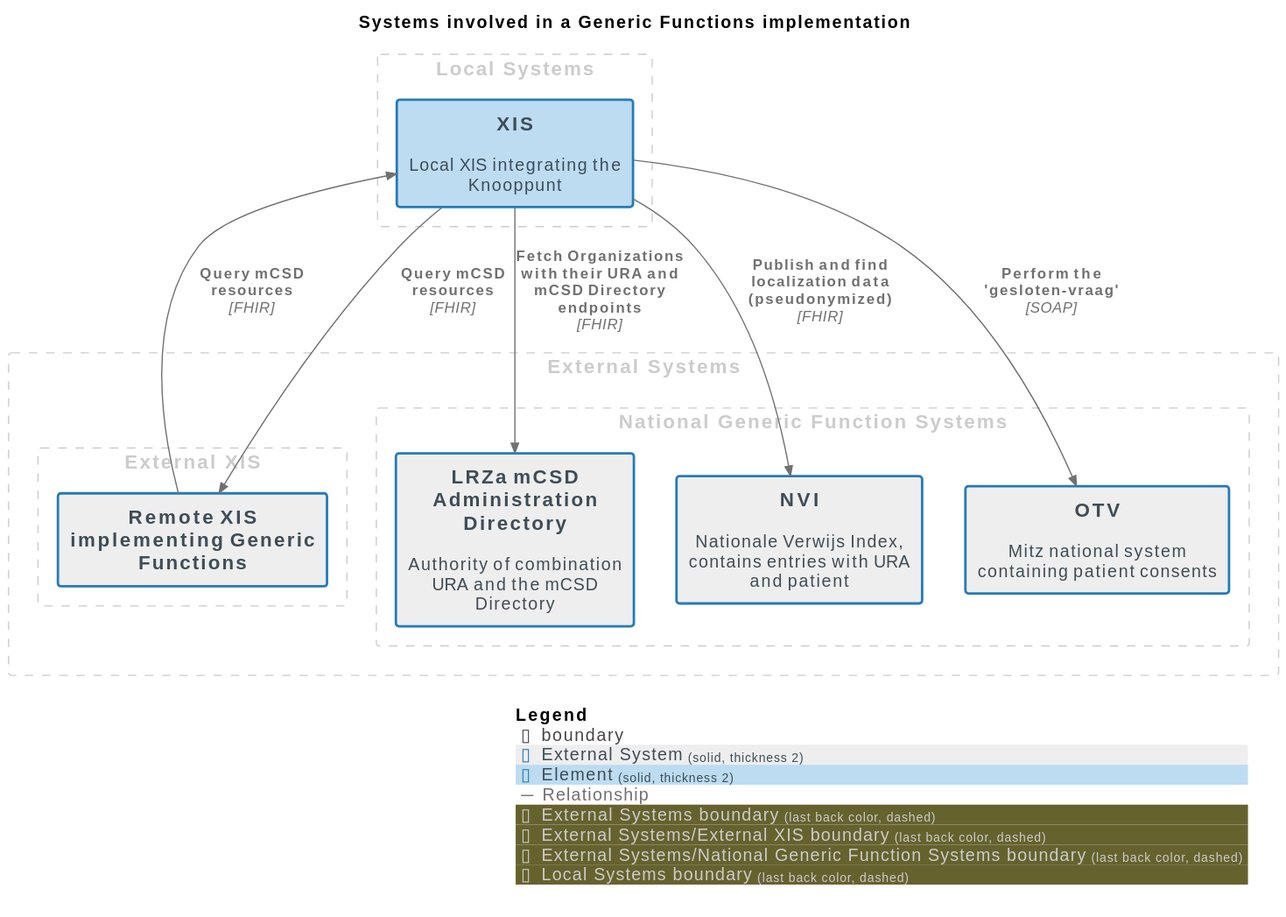
This is docs/images/structurizr-GF_SystemContext.svg from nuts-foundation/nuts-knooppunt, a PlantUML export, as it was before one commit.
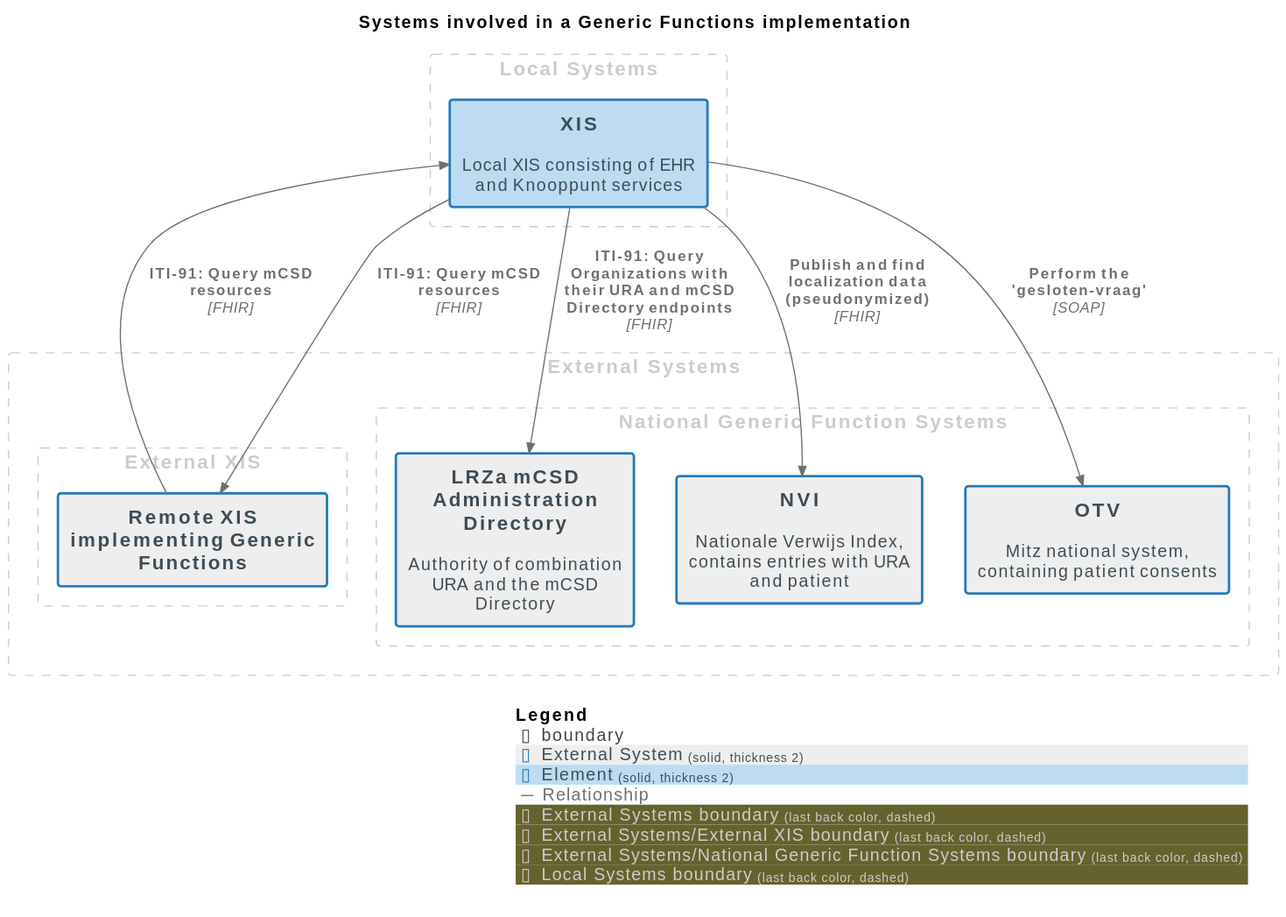
The same file after the commit.

Diff of the diagram source:
```diff
@@ -23,20 +23,20 @@
     Boundary(group_3, "National Generic Function Systems", $tags="External Systems/National Generic Function Systems") {
       System(LRZamCSDAdministrationDirectory, "LRZa mCSD Administration Directory", $descr="Authority of combination URA and the mCSD Directory", $tags="External System", $link="")
       System(NVI, "NVI", $descr="Nationale Verwijs Index, contains entries with URA and patient", $tags="External System", $link="")
-      System(OTV, "OTV", $descr="Mitz national system containing patient consents", $tags="External System", $link="")
+      System(OTV, "OTV", $descr="Mitz national system, containing patient consents", $tags="External System", $link="")
     }
 
 }
 
 AddBoundaryTag("Local Systems", $borderColor="#cccccc", $fontColor="#cccccc", $borderStyle="dashed")
 Boundary(group_4, "Local Systems", $tags="Local Systems") {
-  System(XIS, "XIS", $descr="Local XIS integrating the Knooppunt", $tags="Element", $link="")
+  System(XIS, "XIS", $descr="Local XIS consisting of EHR and Knooppunt services", $tags="Element", $link="")
 }
 
 
-Rel(RemoteXISimplementingGenericFunctions, XIS, "Query mCSD resources", $techn="FHIR", $tags="Relationship", $link="")
-Rel(XIS, LRZamCSDAdministrationDirectory, "Fetch Organizations with their URA and mCSD Directory endpoints", $techn="FHIR", $tags="Relationship", $link="")
-Rel(XIS, RemoteXISimplementingGenericFunctions, "Query mCSD resources", $techn="FHIR", $tags="Relationship", $link="")
+Rel(RemoteXISimplementingGenericFunctions, XIS, "ITI-91: Query mCSD resources", $techn="FHIR", $tags="Relationship", $link="")
+Rel(XIS, LRZamCSDAdministrationDirectory, "ITI-91: Query Organizations with their URA and mCSD Directory endpoints", $techn="FHIR", $tags="Relationship", $link="")
+Rel(XIS, RemoteXISimplementingGenericFunctions, "ITI-91: Query mCSD resources", $techn="FHIR", $tags="Relationship", $link="")
 Rel(XIS, NVI, "Publish and find localization data\n(pseudonymized)", $techn="FHIR", $tags="Relationship", $link="")
 Rel(XIS, OTV, "Perform the 'gesloten-vraag'", $techn="SOAP", $tags="Relationship", $link="")
 
```
